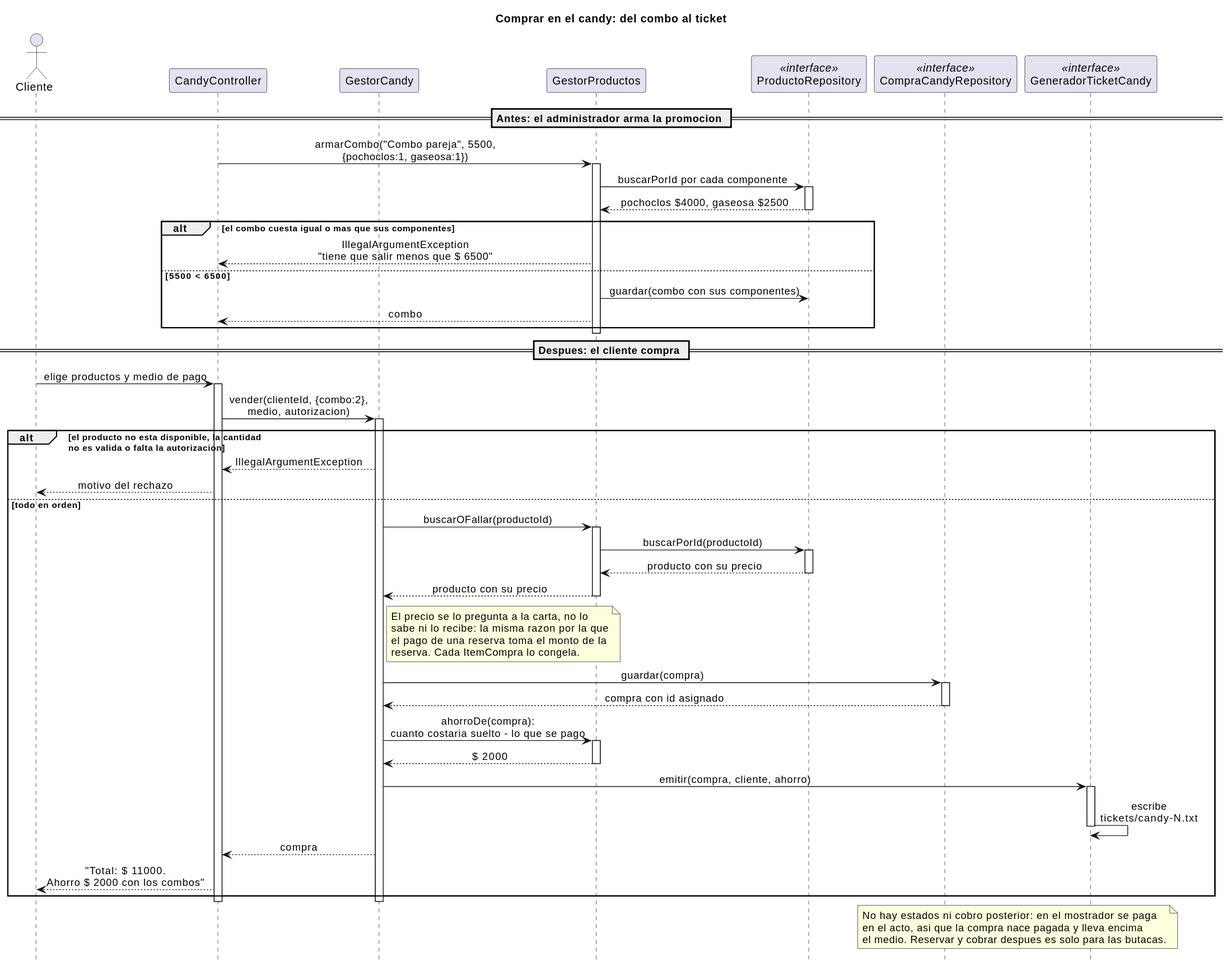
This is _other/docs/diagramas/secuencia-candy.svg from andreiveisuade/cine-uade, a PlantUML export, as it was before one commit. Source of this version:
```plantuml
@startuml
title Comprar en el candy: del combo al ticket

skinparam sequenceMessageAlign center
hide footbox

actor Cliente
participant "CandyController" as UI
participant "GestorCandy" as Gestor
participant "GestorProductos" as Carta
participant "ProductoRepository" as Productos <<interface>>
participant "CompraCandyRepository" as DAO <<interface>>
participant "GeneradorTicketCandy" as Ticket <<interface>>

== Antes: el administrador arma la promocion ==

UI -> Carta : armarCombo("Combo pareja", 5500,\n{pochoclos:1, gaseosa:1})
activate Carta
Carta -> Productos : buscarPorId por cada componente
activate Productos
Productos --> Carta : pochoclos $4000, gaseosa $2500
deactivate Productos

alt el combo cuesta igual o mas que sus componentes
  Carta --> UI : IllegalArgumentException\n"tiene que salir menos que $ 6500"
else 5500 < 6500
  Carta -> Productos : guardar(combo con sus componentes)
  Carta --> UI : combo
end
deactivate Carta

== Despues: el cliente compra ==

Cliente -> UI : elige productos y medio de pago
activate UI
UI -> Gestor : vender(clienteId, {combo:2},\nmedio, autorizacion)
activate Gestor

alt el producto no esta disponible, la cantidad\nno es valida o falta la autorizacion
  Gestor --> UI : IllegalArgumentException
  UI --> Cliente : motivo del rechazo
else todo en orden
  Gestor -> Carta : buscarOFallar(productoId)
  activate Carta
  Carta -> Productos : buscarPorId(productoId)
  activate Productos
  Productos --> Carta : producto con su precio
  deactivate Productos
  Carta --> Gestor : producto con su precio
  deactivate Carta

  note right of Gestor
    El precio se lo pregunta a la carta, no lo
    sabe ni lo recibe: la misma razon por la que
    el pago de una reserva toma el monto de la
    reserva. Cada ItemCompra lo congela.
  end note

  Gestor -> DAO : guardar(compra)
  activate DAO
  DAO --> Gestor : compra con id asignado
  deactivate DAO

  Gestor -> Carta : ahorroDe(compra):\ncuanto costaria suelto - lo que se pago
  activate Carta
  Carta --> Gestor : $ 2000
  deactivate Carta
  Gestor -> Ticket : emitir(compra, cliente, ahorro)
  activate Ticket
  Ticket -> Ticket : escribe\ntickets/candy-N.txt
  deactivate Ticket

  Gestor --> UI : compra
  UI --> Cliente : "Total: $ 11000.\nAhorro $ 2000 con los combos"
end
deactivate Gestor
deactivate UI

note over DAO, Ticket
  No hay estados ni cobro posterior: en el mostrador se paga
  en el acto, asi que la compra nace pagada y lleva encima
  el medio. Reservar y cobrar despues es solo para las butacas.
end note
@enduml
```
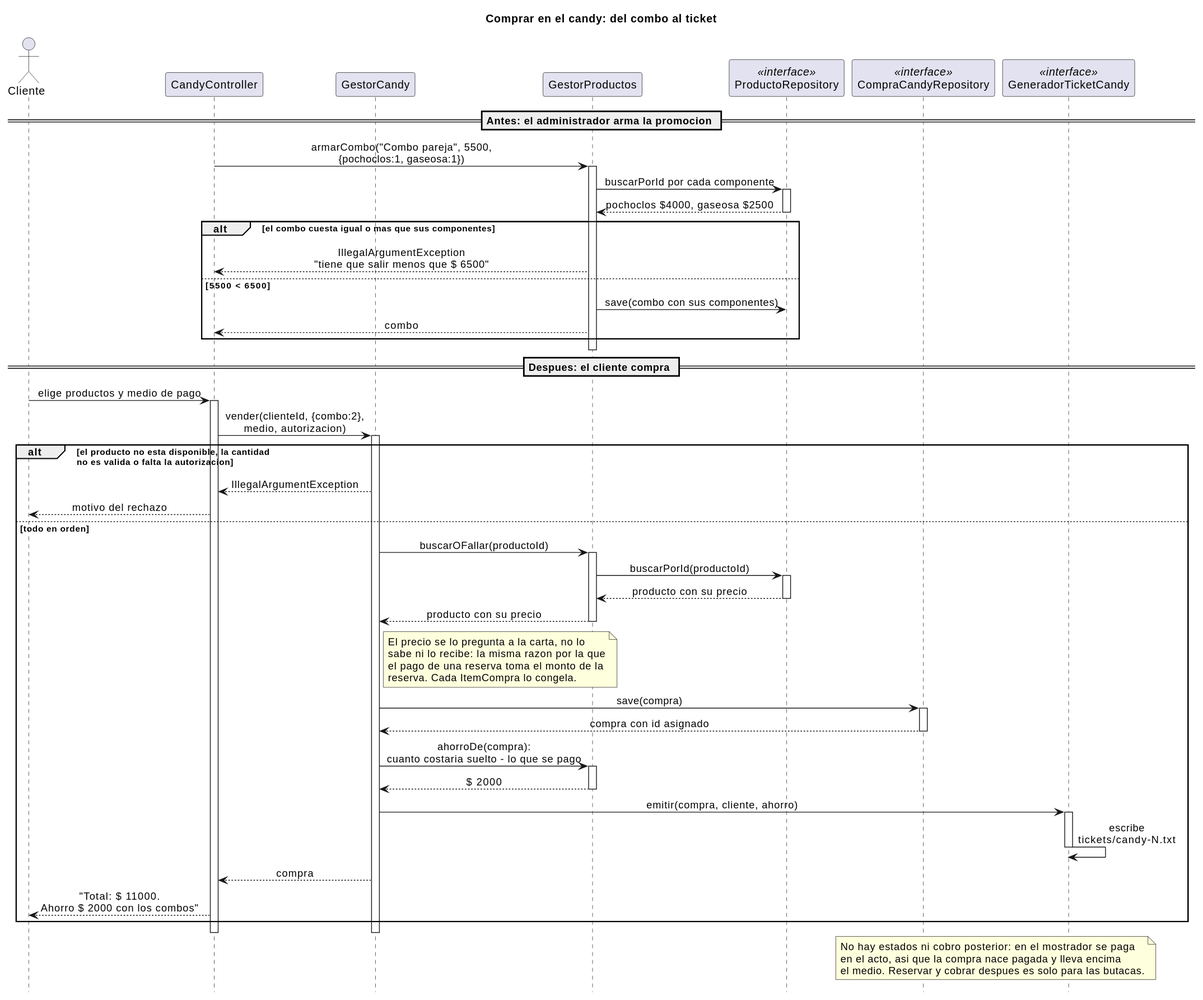
Above is the later version.

Commit message:
docs(diagramas): secuencias de reserva y candy con el flujo actual sobre repositorios

Diff of the diagram source:
```diff
@@ -9,7 +9,7 @@
 participant "GestorCandy" as Gestor
 participant "GestorProductos" as Carta
 participant "ProductoRepository" as Productos <<interface>>
-participant "CompraCandyRepository" as DAO <<interface>>
+participant "CompraCandyRepository" as Repo <<interface>>
 participant "GeneradorTicketCandy" as Ticket <<interface>>
 
 == Antes: el administrador arma la promocion ==
@@ -24,7 +24,7 @@
 alt el combo cuesta igual o mas que sus componentes
   Carta --> UI : IllegalArgumentException\n"tiene que salir menos que $ 6500"
 else 5500 < 6500
-  Carta -> Productos : guardar(combo con sus componentes)
+  Carta -> Productos : save(combo con sus componentes)
   Carta --> UI : combo
 end
 deactivate Carta
@@ -56,10 +56,10 @@
     reserva. Cada ItemCompra lo congela.
   end note
 
-  Gestor -> DAO : guardar(compra)
-  activate DAO
-  DAO --> Gestor : compra con id asignado
-  deactivate DAO
+  Gestor -> Repo : save(compra)
+  activate Repo
+  Repo --> Gestor : compra con id asignado
+  deactivate Repo
 
   Gestor -> Carta : ahorroDe(compra):\ncuanto costaria suelto - lo que se pago
   activate Carta
@@ -76,7 +76,7 @@
 deactivate Gestor
 deactivate UI
 
-note over DAO, Ticket
+note over Repo, Ticket
   No hay estados ni cobro posterior: en el mostrador se paga
   en el acto, asi que la compra nace pagada y lleva encima
   el medio. Reservar y cobrar despues es solo para las butacas.
```
